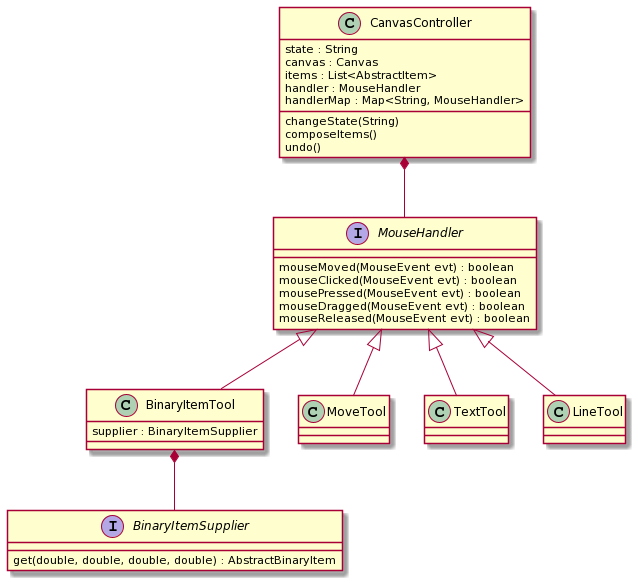
Hoyyyywolf/Images keeps this PlantUML diagram as OOD/cc.png. Above is the earlier version.
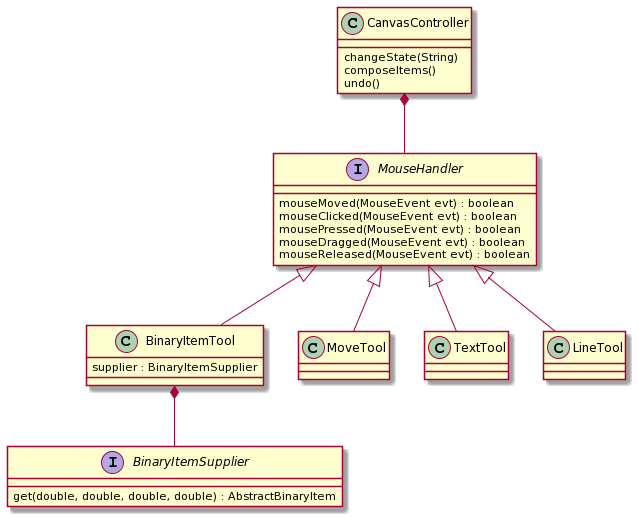
Above is the later version.

Diff of the diagram source:
```diff
@@ -16,11 +16,6 @@
 }
 
 class CanvasController {
-state : String
-canvas : Canvas
-items : List<AbstractItem>
-handler : MouseHandler
-handlerMap : Map<String, MouseHandler>
 changeState(String)
 composeItems()
 undo()
```
